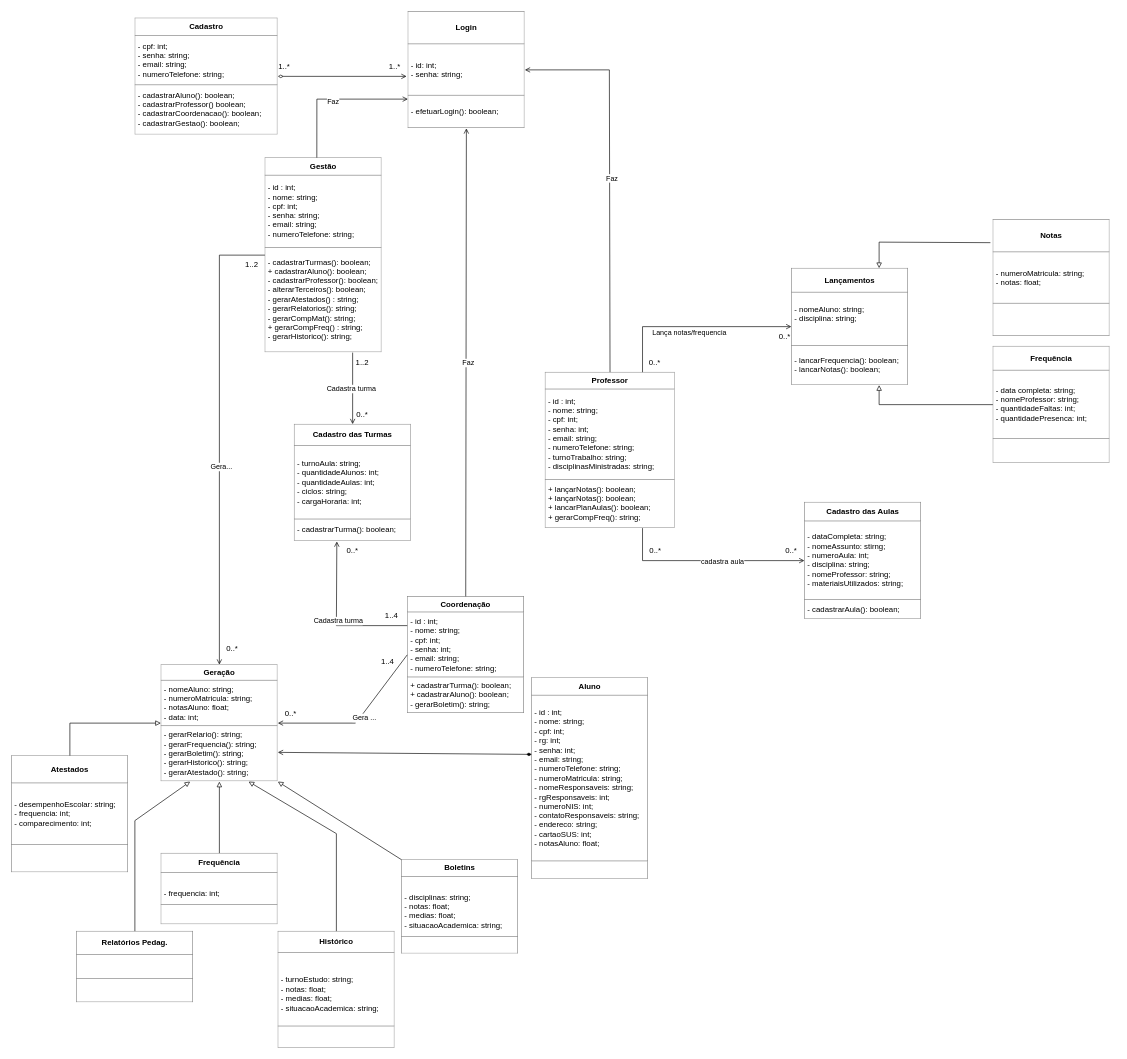
Before: DIAGRAMA DE CLASSE.drawio in LizReis/An-lise-de-Sistemas, a draw.io diagram. Source tidied: cells renumbered, new cells numbered last; positions are measured from the earlier drawing's top-left corner, leaving out a move shared by most shapes. Both pictures are drawn from the tidied source at 65%, with x=0, y=0 at pixel (11, 11).
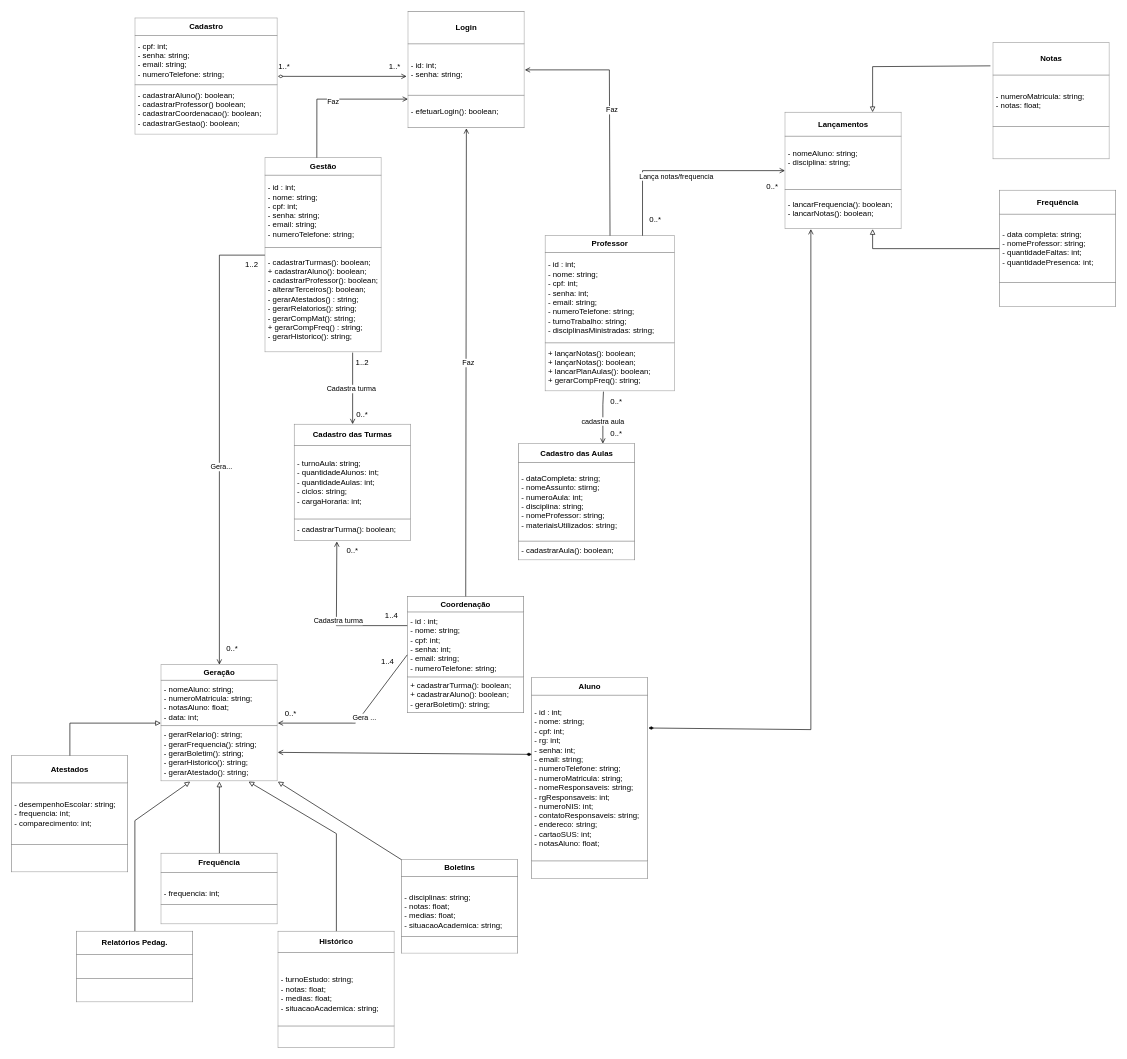
Above is the later version.

Unchanged cells that the change refers to:
```xml
<mxCell id="6" value="&lt;table border=&quot;1&quot; width=&quot;100%&quot; height=&quot;100%&quot; cellpadding=&quot;4&quot; style=&quot;width:100%;height:100%;border-collapse:collapse;&quot;&gt;&lt;tbody&gt;&lt;tr&gt;&lt;th align=&quot;center&quot;&gt;&lt;b&gt;Aluno&lt;/b&gt;&lt;/th&gt;&lt;/tr&gt;&lt;tr&gt;&lt;td&gt;&lt;span style=&quot;&quot;&gt;- id : int;&lt;/span&gt;&lt;br style=&quot;&quot;&gt;&lt;span style=&quot;&quot;&gt;- nome: string;&lt;/span&gt;&lt;br style=&quot;&quot;&gt;&lt;span style=&quot;&quot;&gt;- cpf: int;&lt;br&gt;- rg: int;&lt;br&gt;&lt;/span&gt;&lt;span style=&quot;&quot;&gt;- senha: int;&lt;/span&gt;&lt;br style=&quot;&quot;&gt;&lt;span style=&quot;&quot;&gt;- email: string;&lt;/span&gt;&lt;br style=&quot;&quot;&gt;&lt;span style=&quot;&quot;&gt;- numeroTelefone: string;&lt;br&gt;&lt;/span&gt;&lt;span style=&quot;&quot;&gt;- numeroMatricula: string;&lt;br&gt;- nomeResponsaveis: string;&lt;br&gt;- rgResponsaveis: int;&lt;br&gt;- numeroNIS: int;&lt;br&gt;- contatoResponsaveis: string;&lt;br&gt;- endereco: string;&lt;br&gt;- cartaoSUS: int;&lt;br&gt;- notasAluno: float;&lt;/span&gt;&lt;/td&gt;&lt;/tr&gt;&lt;tr&gt;&lt;td&gt;&lt;br&gt;&lt;/td&gt;&lt;/tr&gt;&lt;/tbody&gt;&lt;/table&gt;" style="text;html=1;whiteSpace=wrap;strokeColor=none;fillColor=none;overflow=fill;" parent="1" vertex="1">
  <mxGeometry x="800" y="1025" width="180" height="310" as="geometry" />
</mxCell>
```

Diff of the diagram source:
```diff
@@
     <mxCell id="4" value="&lt;table border=&quot;1&quot; width=&quot;100%&quot; height=&quot;100%&quot; cellpadding=&quot;4&quot; style=&quot;width:100%;height:100%;border-collapse:collapse;&quot;&gt;&lt;tbody&gt;&lt;tr&gt;&lt;th align=&quot;center&quot;&gt;Professor&lt;/th&gt;&lt;/tr&gt;&lt;tr&gt;&lt;td&gt;- id : int;&lt;br&gt;- nome: string;&lt;br&gt;- cpf: int;&lt;br&gt;- senha: int;&lt;br&gt;- email: string;&lt;br&gt;- numeroTelefone: string;&lt;span style=&quot;&quot;&gt;&lt;br&gt;- turnoTrabalho: string;&lt;br&gt;- disciplinasMinistradas: string;&lt;/span&gt;&lt;/td&gt;&lt;/tr&gt;&lt;tr&gt;&lt;td&gt;+ lançarNotas(): boolean;&lt;br&gt;+ lançarNotas(): boolean;&lt;br&gt;+ lancarPlanAulas(): boolean;&lt;br&gt;+ gerarCompFreq(): string;&lt;/td&gt;&lt;/tr&gt;&lt;/tbody&gt;&lt;/table&gt;" style="text;html=1;whiteSpace=wrap;strokeColor=none;fillColor=none;overflow=fill;" parent="1" vertex="1">
-      <mxGeometry x="821" y="555" width="200" height="240" as="geometry" />
+      <mxGeometry x="821" y="345" width="200" height="240" as="geometry" />
     </mxCell>
@@
     <mxCell id="7" value="&lt;table border=&quot;1&quot; width=&quot;100%&quot; height=&quot;100%&quot; cellpadding=&quot;4&quot; style=&quot;width:100%;height:100%;border-collapse:collapse;&quot;&gt;&lt;tbody&gt;&lt;tr&gt;&lt;th align=&quot;center&quot;&gt;Notas&lt;/th&gt;&lt;/tr&gt;&lt;tr&gt;&lt;td&gt;- numeroMatricula: string;&lt;br&gt;- notas: float;&lt;/td&gt;&lt;/tr&gt;&lt;tr&gt;&lt;td&gt;&lt;br&gt;&lt;/td&gt;&lt;/tr&gt;&lt;/tbody&gt;&lt;/table&gt;" style="text;html=1;whiteSpace=wrap;strokeColor=none;fillColor=none;overflow=fill;" parent="1" vertex="1">
-      <mxGeometry x="1510" y="320" width="180" height="180" as="geometry" />
+      <mxGeometry x="1510" y="48" width="180" height="180" as="geometry" />
     </mxCell>
     <mxCell id="8" value="&lt;table border=&quot;1&quot; width=&quot;100%&quot; height=&quot;100%&quot; cellpadding=&quot;4&quot; style=&quot;width:100%;height:100%;border-collapse:collapse;&quot;&gt;&lt;tbody&gt;&lt;tr&gt;&lt;th align=&quot;center&quot;&gt;&lt;b&gt;Frequência&lt;/b&gt;&lt;/th&gt;&lt;/tr&gt;&lt;tr&gt;&lt;td&gt;- data completa: string;&lt;br&gt;- nomeProfessor: string;&lt;br&gt;- quantidadeFaltas: int;&lt;br&gt;- quantidadePresenca: int;&lt;/td&gt;&lt;/tr&gt;&lt;tr&gt;&lt;td&gt;&lt;br&gt;&lt;/td&gt;&lt;/tr&gt;&lt;/tbody&gt;&lt;/table&gt;" style="text;html=1;whiteSpace=wrap;strokeColor=none;fillColor=none;overflow=fill;" parent="1" vertex="1">
-      <mxGeometry x="1510" y="515" width="180" height="180" as="geometry" />
+      <mxGeometry x="1520" y="275" width="180" height="180" as="geometry" />
     </mxCell>
     <mxCell id="9" value="&lt;table border=&quot;1&quot; width=&quot;100%&quot; height=&quot;100%&quot; cellpadding=&quot;4&quot; style=&quot;width:100%;height:100%;border-collapse:collapse;&quot;&gt;&lt;tbody&gt;&lt;tr&gt;&lt;th align=&quot;center&quot;&gt;Cadastro das Aulas&lt;/th&gt;&lt;/tr&gt;&lt;tr&gt;&lt;td&gt;- dataCompleta: string;&lt;br&gt;- nomeAssunto: stirng;&lt;br&gt;- numeroAula: int;&lt;br&gt;- disciplina: string;&lt;br&gt;- nomeProfessor: string;&lt;br&gt;- materiaisUtilizados: string;&lt;/td&gt;&lt;/tr&gt;&lt;tr&gt;&lt;td&gt;- cadastrarAula(): boolean;&lt;/td&gt;&lt;/tr&gt;&lt;/tbody&gt;&lt;/table&gt;" style="text;html=1;whiteSpace=wrap;strokeColor=none;fillColor=none;overflow=fill;" parent="1" vertex="1">
-      <mxGeometry x="1220" y="755" width="180" height="180" as="geometry" />
+      <mxGeometry x="780" y="665" width="180" height="180" as="geometry" />
     </mxCell>
     <mxCell id="10" value="&lt;table border=&quot;1&quot; width=&quot;100%&quot; height=&quot;100%&quot; cellpadding=&quot;4&quot; style=&quot;width:100%;height:100%;border-collapse:collapse;&quot;&gt;&lt;tbody&gt;&lt;tr&gt;&lt;th align=&quot;center&quot;&gt;&lt;b&gt;Lançamentos&lt;/b&gt;&lt;/th&gt;&lt;/tr&gt;&lt;tr&gt;&lt;td&gt;- nomeAluno: string;&lt;br&gt;- disciplina: string;&lt;br&gt;&lt;br&gt;&lt;/td&gt;&lt;/tr&gt;&lt;tr&gt;&lt;td&gt;&lt;span style=&quot;&quot;&gt;- lancarFrequencia():&amp;nbsp;&lt;/span&gt;boolean&lt;span style=&quot;&quot;&gt;;&lt;br&gt;&lt;/span&gt;- lancarNotas(): boolean;&lt;br&gt;&lt;/td&gt;&lt;/tr&gt;&lt;/tbody&gt;&lt;/table&gt;" style="text;html=1;whiteSpace=wrap;strokeColor=none;fillColor=none;overflow=fill;" parent="1" vertex="1">
-      <mxGeometry x="1200" y="395" width="180" height="180" as="geometry" />
+      <mxGeometry x="1190" y="155" width="180" height="180" as="geometry" />
     </mxCell>
@@
     <mxCell id="12" style="endArrow=block;html=1;rounded=0;exitX=0;exitY=0.5;exitDx=0;exitDy=0;entryX=0.75;entryY=1;entryDx=0;entryDy=0;endFill=0;" parent="1" edge="1" source="8" target="10">
       <mxGeometry relative="1" as="geometry">
         <Array as="points">
-          <mxPoint x="1335" y="605" />
+          <mxPoint x="1325" y="365" />
         </Array>
       </mxGeometry>
     </mxCell>
     <mxCell id="13" style="endArrow=block;html=1;rounded=0;exitX=-0.021;exitY=0.199;exitDx=0;exitDy=0;entryX=0.75;entryY=0;entryDx=0;entryDy=0;endFill=0;exitPerimeter=0;" parent="1" edge="1" source="7" target="10">
       <mxGeometry relative="1" as="geometry">
         <Array as="points">
-          <mxPoint x="1335" y="355" />
+          <mxPoint x="1325" y="85" />
         </Array>
       </mxGeometry>
     </mxCell>
@@
     <mxCell id="33" style="endArrow=open;html=1;rounded=0;exitX=0.75;exitY=0;exitDx=0;exitDy=0;entryX=0;entryY=0.5;entryDx=0;entryDy=0;endFill=0;" parent="1" edge="1" source="4" target="10">
       <mxGeometry relative="1" as="geometry">
         <Array as="points">
-          <mxPoint x="971" y="485" />
+          <mxPoint x="971" y="245" />
         </Array>
       </mxGeometry>
     </mxCell>
@@
-    <mxCell id="35" style="endArrow=open;html=1;rounded=0;exitX=0.75;exitY=1;exitDx=0;exitDy=0;entryX=0;entryY=0.5;entryDx=0;entryDy=0;endFill=0;" parent="1" edge="1" source="4" target="9">
+    <mxCell id="35" style="endArrow=open;html=1;rounded=0;entryX=0.75;entryY=0;entryDx=0;entryDy=0;endFill=0;" parent="1" edge="1">
       <mxGeometry relative="1" as="geometry">
+        <mxPoint x="910.9" y="585" as="sourcePoint" />
+        <mxPoint x="910" y="665" as="targetPoint" />
         <Array as="points">
-          <mxPoint x="971" y="845" />
+          <mxPoint x="910" y="605" />
         </Array>
       </mxGeometry>
     </mxCell>
@@
     <mxCell id="43" value="0..*" style="text;html=1;align=center;verticalAlign=middle;whiteSpace=wrap;rounded=0;" parent="1" vertex="1">
-      <mxGeometry x="960" y="525" width="60" height="30" as="geometry" />
+      <mxGeometry x="961" y="305" width="60" height="30" as="geometry" />
     </mxCell>
     <mxCell id="44" value="0..*" style="text;html=1;align=center;verticalAlign=middle;whiteSpace=wrap;rounded=0;" parent="1" vertex="1">
-      <mxGeometry x="1160" y="485" width="60" height="30" as="geometry" />
+      <mxGeometry x="1141" y="255" width="60" height="30" as="geometry" />
     </mxCell>
     <mxCell id="45" value="0..*" style="text;html=1;align=center;verticalAlign=middle;whiteSpace=wrap;rounded=0;" parent="1" vertex="1">
-      <mxGeometry x="961" y="815" width="60" height="30" as="geometry" />
+      <mxGeometry x="901" y="585" width="60" height="30" as="geometry" />
     </mxCell>
     <mxCell id="46" value="0..*" style="text;html=1;align=center;verticalAlign=middle;whiteSpace=wrap;rounded=0;" parent="1" vertex="1">
-      <mxGeometry x="1170" y="815" width="60" height="30" as="geometry" />
+      <mxGeometry x="901" y="635" width="60" height="30" as="geometry" />
     </mxCell>
@@
+    <mxCell id="61" style="endArrow=open;html=1;rounded=0;startArrow=diamondThin;startFill=1;endFill=0;exitX=1;exitY=0.25;exitDx=0;exitDy=0;" parent="1" edge="1" source="6">
+      <mxGeometry relative="1" as="geometry">
+        <mxPoint x="1230" y="335" as="targetPoint" />
+        <Array as="points">
+          <mxPoint x="1230" y="1105" />
+        </Array>
+      </mxGeometry>
+    </mxCell>
```
